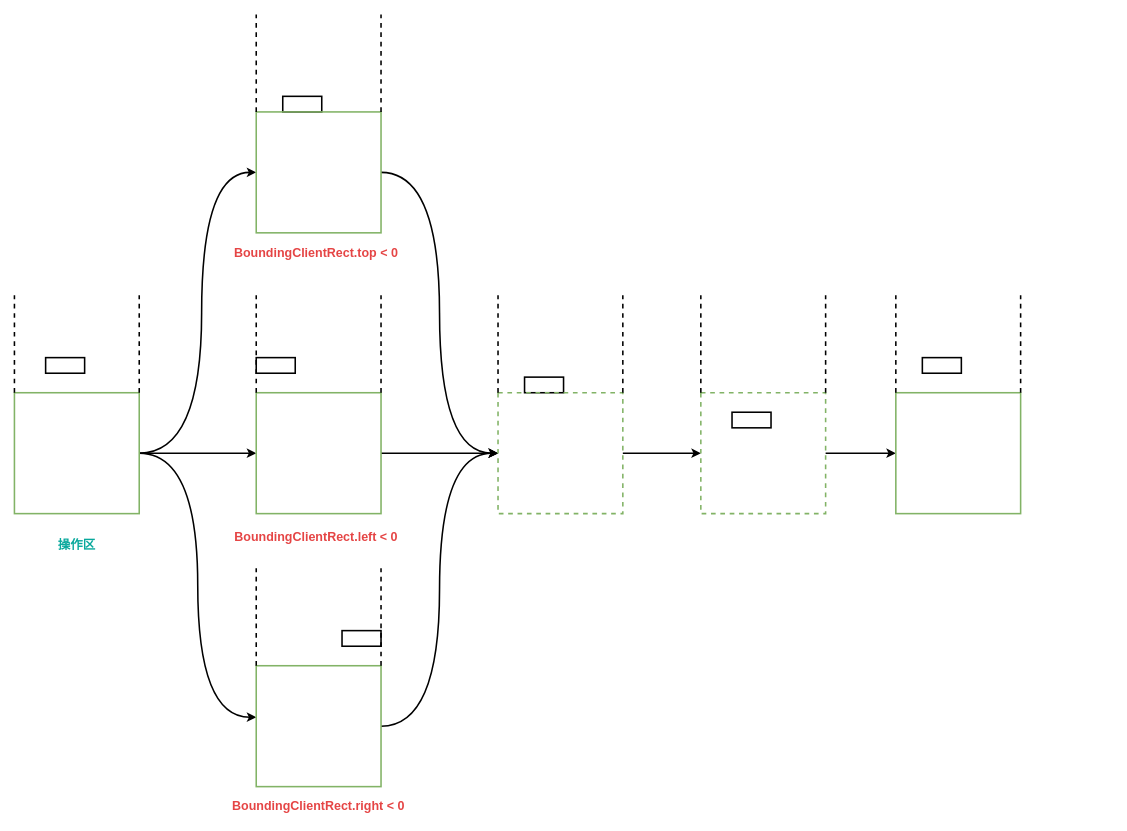
ShawnTu/git-tutorial keeps this draw.io diagram as 7.drawio. Above is the earlier version. Source tidied: cells renumbered, new cells numbered last; positions are measured from the earlier drawing's top-left corner, leaving out a move shared by most shapes. Both pictures are drawn from the tidied source at 78%, with x=0, y=0 at pixel (14, 14).
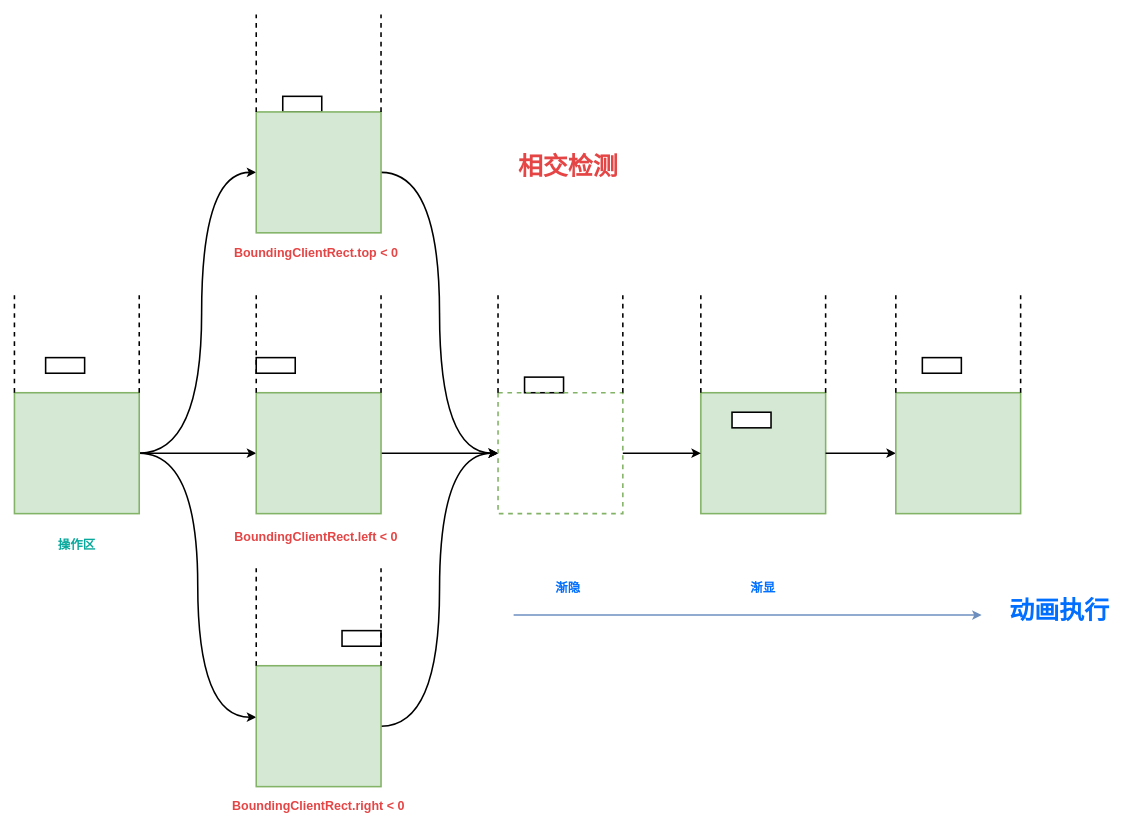
Above is the later version.

Diff of the diagram source:
```diff
@@
+    <mxCell id="35" style="rounded=0;whiteSpace=wrap;html=1;glass=0;strokeWidth=2;fillColor=#d5e8d4;strokeColor=#82b366;" parent="1" vertex="1">
+      <mxGeometry x="880" y="485" width="160" height="155" as="geometry" />
+    </mxCell>
@@
-    <mxCell id="6" style="rounded=0;whiteSpace=wrap;html=1;glass=0;strokeWidth=2;fillColor=none;strokeColor=#82b366;" parent="1" vertex="1">
+    <mxCell id="6" style="rounded=0;whiteSpace=wrap;html=1;glass=0;strokeWidth=2;fillColor=#d5e8d4;strokeColor=#82b366;" parent="1" vertex="1">
       <mxGeometry y="485" width="160" height="155" as="geometry" />
     </mxCell>
@@
-    <mxCell id="12" style="rounded=0;whiteSpace=wrap;html=1;glass=0;strokeWidth=2;fillColor=none;strokeColor=#82b366;" parent="1" vertex="1">
+    <mxCell id="12" style="rounded=0;whiteSpace=wrap;html=1;glass=0;strokeWidth=2;fillColor=#d5e8d4;strokeColor=#82b366;" parent="1" vertex="1">
       <mxGeometry x="310" y="125" width="160" height="155" as="geometry" />
     </mxCell>
@@
-    <mxCell id="17" style="rounded=0;whiteSpace=wrap;html=1;glass=0;strokeWidth=2;fillColor=none;strokeColor=#82b366;" parent="1" vertex="1">
+    <mxCell id="17" style="rounded=0;whiteSpace=wrap;html=1;glass=0;strokeWidth=2;fillColor=#d5e8d4;strokeColor=#82b366;" parent="1" vertex="1">
       <mxGeometry x="310" y="485" width="160" height="155" as="geometry" />
     </mxCell>
@@
-    <mxCell id="22" style="rounded=0;whiteSpace=wrap;html=1;glass=0;strokeWidth=2;fillColor=none;strokeColor=#82b366;" parent="1" vertex="1">
+    <mxCell id="22" style="rounded=0;whiteSpace=wrap;html=1;glass=0;strokeWidth=2;fillColor=#d5e8d4;strokeColor=#82b366;" parent="1" vertex="1">
       <mxGeometry x="310" y="835" width="160" height="155" as="geometry" />
     </mxCell>
@@
-    <mxCell id="35" style="rounded=0;whiteSpace=wrap;html=1;glass=0;strokeWidth=2;fillColor=none;strokeColor=#82b366;dashed=1;" parent="1" vertex="1">
-      <mxGeometry x="880" y="485" width="160" height="155" as="geometry" />
-    </mxCell>
@@
-    <mxCell id="39" style="rounded=0;whiteSpace=wrap;html=1;glass=0;strokeWidth=2;fillColor=none;strokeColor=#82b366;" parent="1" vertex="1">
+    <mxCell id="39" style="rounded=0;whiteSpace=wrap;html=1;glass=0;strokeWidth=2;fillColor=#d5e8d4;strokeColor=#82b366;" parent="1" vertex="1">
       <mxGeometry x="1130" y="485" width="160" height="155" as="geometry" />
     </mxCell>
@@
+    <mxCell id="42" value="&lt;font size=&quot;1&quot; color=&quot;#e54545&quot;&gt;&lt;b style=&quot;font-size: 32px;&quot;&gt;相交检测&lt;/b&gt;&lt;/font&gt;" style="text;html=1;strokeColor=none;fillColor=none;align=center;verticalAlign=middle;whiteSpace=wrap;rounded=0;" parent="1" vertex="1">
+      <mxGeometry x="640" y="180" width="140" height="30" as="geometry" />
+    </mxCell>
+    <mxCell id="43" style="endArrow=classic;html=1;rounded=0;strokeWidth=2;fontSize=32;fontColor=#E54545;curved=1;fillColor=#dae8fc;strokeColor=#6c8ebf;" parent="1" edge="1">
+      <mxGeometry relative="1" as="geometry">
+        <mxPoint x="640" y="770" as="sourcePoint" />
+        <mxPoint x="1240" y="770" as="targetPoint" />
+      </mxGeometry>
+    </mxCell>
+    <mxCell id="44" value="&lt;span style=&quot;font-size: 16px;&quot;&gt;&lt;b style=&quot;&quot;&gt;&lt;font color=&quot;#006eff&quot;&gt;渐隐&lt;/font&gt;&lt;/b&gt;&lt;/span&gt;" style="text;html=1;strokeColor=none;fillColor=none;align=center;verticalAlign=middle;whiteSpace=wrap;rounded=0;" parent="1" vertex="1">
+      <mxGeometry x="680" y="720" width="60" height="30" as="geometry" />
+    </mxCell>
+    <mxCell id="45" value="&lt;span style=&quot;font-size: 16px;&quot;&gt;&lt;b style=&quot;&quot;&gt;&lt;font color=&quot;#006eff&quot;&gt;渐显&lt;/font&gt;&lt;/b&gt;&lt;/span&gt;" style="text;html=1;strokeColor=none;fillColor=none;align=center;verticalAlign=middle;whiteSpace=wrap;rounded=0;" parent="1" vertex="1">
+      <mxGeometry x="930" y="720" width="60" height="30" as="geometry" />
+    </mxCell>
+    <mxCell id="46" value="&lt;span style=&quot;font-size: 32px;&quot;&gt;&lt;b style=&quot;&quot;&gt;&lt;font color=&quot;#006eff&quot;&gt;动画执行&lt;/font&gt;&lt;/b&gt;&lt;/span&gt;" style="text;html=1;strokeColor=none;fillColor=none;align=center;verticalAlign=middle;whiteSpace=wrap;rounded=0;" parent="1" vertex="1">
+      <mxGeometry x="1270" y="750" width="140" height="30" as="geometry" />
+    </mxCell>
```
